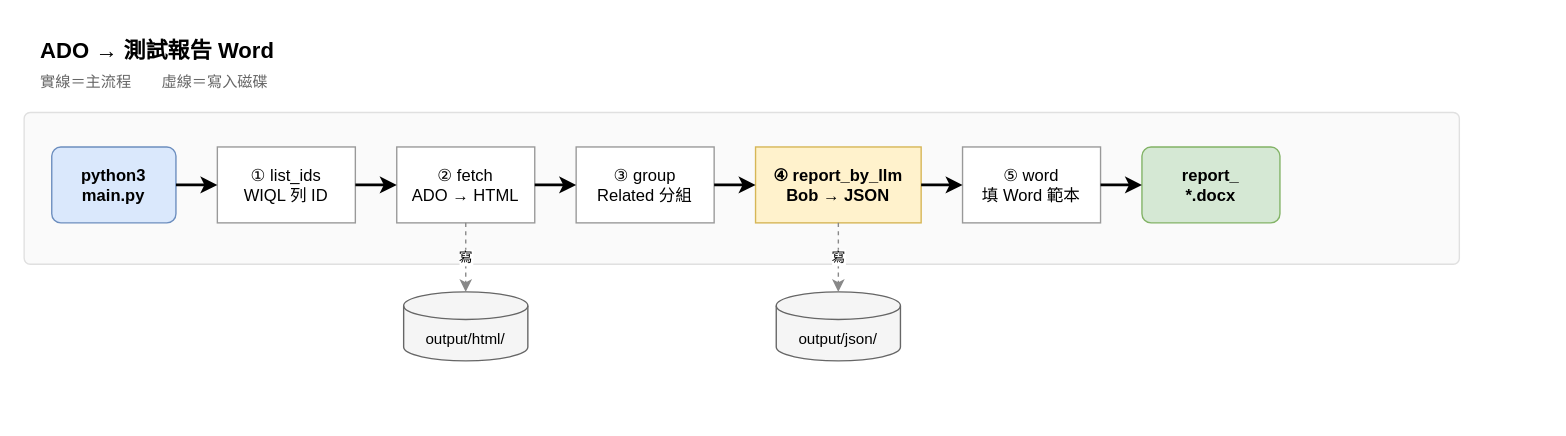
Before: docs/pipeline.drawio in shaneliu-zf/ADO_2_WORD, a draw.io diagram. Source tidied: cells renumbered, new cells numbered last; positions are measured from the earlier drawing's top-left corner, leaving out a move shared by most shapes. Both pictures are drawn from the tidied source at 138%, with x=0, y=0 at pixel (23, 29).
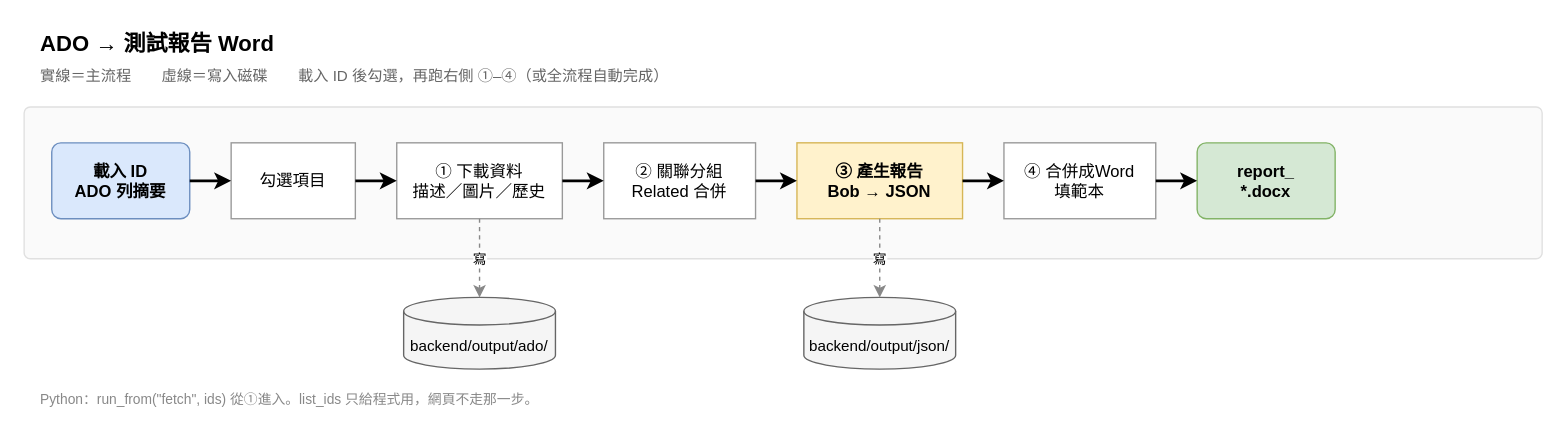
After the change.

Change to the diagram source:
```diff
@@
     <mxCell id="2" value="ADO → 測試報告 Word" style="text;html=1;strokeColor=none;fillColor=none;align=left;verticalAlign=middle;fontSize=16;fontStyle=1;" parent="1" vertex="1">
-      <mxGeometry x="10" width="320" height="30" as="geometry" />
+      <mxGeometry x="10" y="-4" width="400" height="28" as="geometry" />
     </mxCell>
-    <mxCell id="3" value="實線＝主流程　　虛線＝寫入磁碟" style="text;html=1;strokeColor=none;fillColor=none;align=left;verticalAlign=middle;fontSize=11;fontColor=#666666;" parent="1" vertex="1">
-      <mxGeometry x="10" y="28" width="320" height="20" as="geometry" />
+    <mxCell id="3" value="實線＝主流程　　虛線＝寫入磁碟　　載入 ID 後勾選，再跑右側 ①–④（或全流程自動完成）" style="text;html=1;strokeColor=none;fillColor=none;align=left;verticalAlign=middle;fontSize=11;fontColor=#666666;" parent="1" vertex="1">
+      <mxGeometry x="10" y="24" width="720" height="20" as="geometry" />
     </mxCell>
     <mxCell id="4" style="rounded=1;whiteSpace=wrap;html=1;fillColor=#fafafa;strokeColor=#e0e0e0;arcSize=4;" parent="1" vertex="1">
-      <mxGeometry y="60" width="1040" height="110" as="geometry" />
+      <mxGeometry y="56" width="1100" height="110" as="geometry" />
     </mxCell>
-    <mxCell id="5" value="python3&#10;main.py" style="rounded=1;whiteSpace=wrap;html=1;fillColor=#dae8fc;strokeColor=#6c8ebf;fontStyle=1;arcSize=12;" parent="1" vertex="1">
-      <mxGeometry x="20" y="85" width="90" height="55" as="geometry" />
-    </mxCell>
+    <mxCell id="22" value="載入 ID&#10;ADO 列摘要" style="rounded=1;whiteSpace=wrap;html=1;fillColor=#dae8fc;strokeColor=#6c8ebf;fontStyle=1;arcSize=12;" parent="1" vertex="1">
+      <mxGeometry x="20" y="82" width="100" height="55" as="geometry" />
+    </mxCell>
+    <mxCell id="23" value="勾選項目" style="rounded=0;whiteSpace=wrap;html=1;fillColor=#ffffff;strokeColor=#999999;" parent="1" vertex="1">
+      <mxGeometry x="150" y="82" width="90" height="55" as="geometry" />
+    </mxCell>
-    <mxCell id="6" value="① list_ids&#10;WIQL 列 ID" style="rounded=0;whiteSpace=wrap;html=1;fillColor=#ffffff;strokeColor=#999999;" parent="1" vertex="1">
-      <mxGeometry x="140" y="85" width="100" height="55" as="geometry" />
+    <mxCell id="6" value="① 下載資料&#10;描述／圖片／歷史" style="rounded=0;whiteSpace=wrap;html=1;fillColor=#ffffff;strokeColor=#999999;" parent="1" vertex="1">
+      <mxGeometry x="270" y="82" width="120" height="55" as="geometry" />
     </mxCell>
-    <mxCell id="7" value="② fetch&#10;ADO → HTML" style="rounded=0;whiteSpace=wrap;html=1;fillColor=#ffffff;strokeColor=#999999;" parent="1" vertex="1">
-      <mxGeometry x="270" y="85" width="100" height="55" as="geometry" />
+    <mxCell id="7" value="② 關聯分組&#10;Related 合併" style="rounded=0;whiteSpace=wrap;html=1;fillColor=#ffffff;strokeColor=#999999;" parent="1" vertex="1">
+      <mxGeometry x="420" y="82" width="110" height="55" as="geometry" />
     </mxCell>
-    <mxCell id="8" value="③ group&#10;Related 分組" style="rounded=0;whiteSpace=wrap;html=1;fillColor=#ffffff;strokeColor=#999999;" parent="1" vertex="1">
-      <mxGeometry x="400" y="85" width="100" height="55" as="geometry" />
+    <mxCell id="8" value="③ 產生報告&#10;Bob → JSON" style="rounded=0;whiteSpace=wrap;html=1;fillColor=#fff2cc;strokeColor=#d6b656;fontStyle=1;" parent="1" vertex="1">
+      <mxGeometry x="560" y="82" width="120" height="55" as="geometry" />
     </mxCell>
-    <mxCell id="9" value="④ report_by_llm&#10;Bob → JSON" style="rounded=0;whiteSpace=wrap;html=1;fillColor=#fff2cc;strokeColor=#d6b656;fontStyle=1;" parent="1" vertex="1">
-      <mxGeometry x="530" y="85" width="120" height="55" as="geometry" />
+    <mxCell id="9" value="④ 合併成Word&#10;填範本" style="rounded=0;whiteSpace=wrap;html=1;fillColor=#ffffff;strokeColor=#999999;" parent="1" vertex="1">
+      <mxGeometry x="710" y="82" width="110" height="55" as="geometry" />
     </mxCell>
-    <mxCell id="10" value="⑤ word&#10;填 Word 範本" style="rounded=0;whiteSpace=wrap;html=1;fillColor=#ffffff;strokeColor=#999999;" parent="1" vertex="1">
-      <mxGeometry x="680" y="85" width="100" height="55" as="geometry" />
-    </mxCell>
     <mxCell id="11" value="report_&#10;*.docx" style="rounded=1;whiteSpace=wrap;html=1;fillColor=#d5e8d4;strokeColor=#82b366;fontStyle=1;arcSize=12;" parent="1" vertex="1">
-      <mxGeometry x="810" y="85" width="100" height="55" as="geometry" />
+      <mxGeometry x="850" y="82" width="100" height="55" as="geometry" />
     </mxCell>
-    <mxCell id="12" value="output/html/" style="shape=cylinder3;whiteSpace=wrap;html=1;boundedLbl=1;backgroundOutline=1;size=10;fillColor=#f5f5f5;strokeColor=#666666;fontSize=11;" parent="1" vertex="1">
-      <mxGeometry x="275" y="190" width="90" height="50" as="geometry" />
-    </mxCell>
+    <mxCell id="24" value="backend/output/ado/" style="shape=cylinder3;whiteSpace=wrap;html=1;boundedLbl=1;backgroundOutline=1;size=10;fillColor=#f5f5f5;strokeColor=#666666;fontSize=11;" parent="1" vertex="1">
+      <mxGeometry x="275" y="194" width="110" height="52" as="geometry" />
+    </mxCell>
-    <mxCell id="13" value="output/json/" style="shape=cylinder3;whiteSpace=wrap;html=1;boundedLbl=1;backgroundOutline=1;size=10;fillColor=#f5f5f5;strokeColor=#666666;fontSize=11;" parent="1" vertex="1">
-      <mxGeometry x="545" y="190" width="90" height="50" as="geometry" />
+    <mxCell id="13" value="backend/output/json/" style="shape=cylinder3;whiteSpace=wrap;html=1;boundedLbl=1;backgroundOutline=1;size=10;fillColor=#f5f5f5;strokeColor=#666666;fontSize=11;" parent="1" vertex="1">
+      <mxGeometry x="565" y="194" width="110" height="52" as="geometry" />
     </mxCell>
-    <mxCell id="14" style="edgeStyle=orthogonalEdgeStyle;rounded=0;jettySize=auto;html=1;strokeWidth=2;" parent="1" edge="1" source="5" target="6">
-      <mxGeometry relative="1" as="geometry" />
-    </mxCell>
+    <mxCell id="25" value="Python：run_from(&quot;fetch&quot;, ids) 從①進入。list_ids 只給程式用，網頁不走那一步。" style="text;html=1;strokeColor=none;fillColor=none;align=left;verticalAlign=middle;fontSize=10;fontColor=#888888;" parent="1" vertex="1">
+      <mxGeometry x="10" y="258" width="720" height="20" as="geometry" />
+    </mxCell>
+    <mxCell id="26" style="edgeStyle=orthogonalEdgeStyle;rounded=0;jettySize=auto;html=1;strokeWidth=2;" parent="1" edge="1" source="22" target="23">
+      <mxGeometry relative="1" as="geometry" />
+    </mxCell>
+    <mxCell id="27" style="edgeStyle=orthogonalEdgeStyle;rounded=0;jettySize=auto;html=1;strokeWidth=2;" parent="1" edge="1" source="23" target="6">
+      <mxGeometry relative="1" as="geometry" />
+    </mxCell>
@@
-    <mxCell id="18" style="edgeStyle=orthogonalEdgeStyle;rounded=0;jettySize=auto;html=1;strokeWidth=2;" parent="1" edge="1" source="9" target="10">
-      <mxGeometry relative="1" as="geometry" />
-    </mxCell>
-    <mxCell id="19" style="edgeStyle=orthogonalEdgeStyle;rounded=0;jettySize=auto;html=1;strokeWidth=2;" parent="1" edge="1" source="10" target="11">
-      <mxGeometry relative="1" as="geometry" />
-    </mxCell>
-    <mxCell id="20" value="寫" style="edgeStyle=orthogonalEdgeStyle;rounded=0;html=1;dashed=1;strokeColor=#888888;fontSize=10;" parent="1" edge="1" source="7" target="12">
-      <mxGeometry relative="1" as="geometry" />
-    </mxCell>
-    <mxCell id="21" value="寫" style="edgeStyle=orthogonalEdgeStyle;rounded=0;html=1;dashed=1;strokeColor=#888888;fontSize=10;" parent="1" edge="1" source="9" target="13">
-      <mxGeometry relative="1" as="geometry" />
-    </mxCell>
+    <mxCell id="28" style="edgeStyle=orthogonalEdgeStyle;rounded=0;jettySize=auto;html=1;strokeWidth=2;" parent="1" edge="1" source="9" target="11">
+      <mxGeometry relative="1" as="geometry" />
+    </mxCell>
+    <mxCell id="29" value="寫" style="edgeStyle=orthogonalEdgeStyle;rounded=0;html=1;dashed=1;strokeColor=#888888;fontSize=10;" parent="1" edge="1" source="6" target="24">
+      <mxGeometry relative="1" as="geometry" />
+    </mxCell>
+    <mxCell id="30" value="寫" style="edgeStyle=orthogonalEdgeStyle;rounded=0;html=1;dashed=1;strokeColor=#888888;fontSize=10;" parent="1" edge="1" source="8" target="13">
+      <mxGeometry relative="1" as="geometry" />
+    </mxCell>
```
